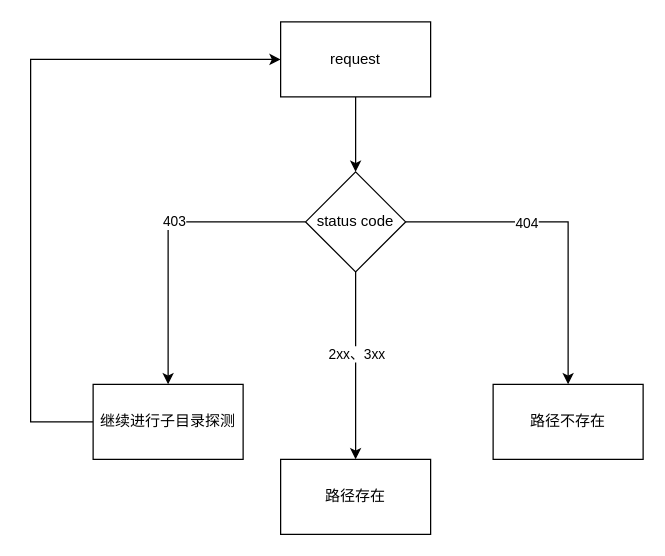
blackw4tch/diagrams_images keeps this draw.io diagram as graphs/未命名绘图.drawio. Above is the earlier version. Source tidied: cells renumbered, new cells numbered last; positions are measured from the earlier drawing's top-left corner, leaving out a move shared by most shapes. Both pictures are drawn from the tidied source at 125%, with x=0, y=0 at pixel (30, 21).
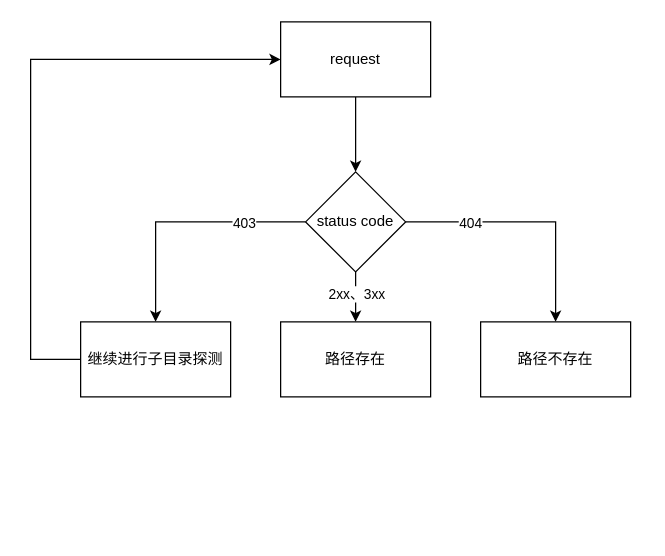
The same diagram, later.

Commit message (it also covers changes not shown here):
更新未命名绘图.drawio

Diff of the diagram source:
```diff
@@
 <mxGraphModel>
   <root>
     <mxCell id="0" />
     <mxCell id="1" parent="0" />
     <mxCell id="2" style="edgeStyle=orthogonalEdgeStyle;rounded=0;jettySize=auto;html=1;" parent="1" edge="1" source="3" target="10">
       <mxGeometry relative="1" as="geometry" />
     </mxCell>
     <mxCell id="3" value="request" style="rounded=0;whiteSpace=wrap;html=1;" parent="1" vertex="1">
       <mxGeometry x="200" width="120" height="60" as="geometry" />
     </mxCell>
     <mxCell id="4" style="edgeStyle=orthogonalEdgeStyle;rounded=0;jettySize=auto;html=1;" parent="1" edge="1" source="10" target="11">
       <mxGeometry relative="1" as="geometry" />
     </mxCell>
     <mxCell id="5" value="2xx、3xx" style="edgeLabel;html=1;align=center;verticalAlign=middle;" parent="4" vertex="1">
       <mxGeometry x="-0.13" relative="1" as="geometry" />
     </mxCell>
     <mxCell id="6" style="edgeStyle=orthogonalEdgeStyle;rounded=0;jettySize=auto;html=1;" parent="1" edge="1" source="10" target="13">
       <mxGeometry relative="1" as="geometry" />
     </mxCell>
     <mxCell id="7" value="403" style="edgeLabel;html=1;align=center;verticalAlign=middle;" parent="6" vertex="1">
-      <mxGeometry x="-0.12" y="-1" relative="1" as="geometry" />
+      <mxGeometry x="-0.12" y="-1" relative="1" as="geometry">
+        <mxPoint x="38" y="1" as="offset" />
+      </mxGeometry>
     </mxCell>
     <mxCell id="8" style="edgeStyle=orthogonalEdgeStyle;rounded=0;jettySize=auto;html=1;" parent="1" edge="1" source="10" target="14">
       <mxGeometry relative="1" as="geometry" />
     </mxCell>
     <mxCell id="9" value="404" style="edgeLabel;html=1;align=center;verticalAlign=middle;" parent="8" vertex="1">
       <mxGeometry x="-0.34" y="-3" relative="1" as="geometry">
-        <mxPoint x="10" y="-3" as="offset" />
+        <mxPoint x="-15" y="-3" as="offset" />
       </mxGeometry>
     </mxCell>
     <mxCell id="10" value="status code" style="rhombus;whiteSpace=wrap;html=1;rounded=0;" parent="1" vertex="1">
       <mxGeometry x="220" y="120" width="80" height="80" as="geometry" />
     </mxCell>
     <mxCell id="11" value="路径存在" style="rounded=0;whiteSpace=wrap;html=1;" parent="1" vertex="1">
-      <mxGeometry x="200" y="350" width="120" height="60" as="geometry" />
+      <mxGeometry x="200" y="240" width="120" height="60" as="geometry" />
     </mxCell>
-    <mxCell id="12" style="edgeStyle=orthogonalEdgeStyle;rounded=0;jettySize=auto;html=1;entryX=0;entryY=0.5;entryDx=0;entryDy=0;" parent="1" edge="1" source="13" target="3">
+    <mxCell id="12" style="edgeStyle=orthogonalEdgeStyle;rounded=0;jettySize=auto;html=1;entryX=0;entryY=0.5;entryDx=0;entryDy=0;exitX=0;exitY=0.5;exitDx=0;exitDy=0;" parent="1" edge="1" source="13" target="3">
       <mxGeometry relative="1" as="geometry">
         <Array as="points">
-          <mxPoint y="320" />
+          <mxPoint y="270" />
           <mxPoint y="30" />
         </Array>
       </mxGeometry>
     </mxCell>
     <mxCell id="13" value="继续进行子目录探测" style="rounded=0;whiteSpace=wrap;html=1;" parent="1" vertex="1">
-      <mxGeometry x="50" y="290" width="120" height="60" as="geometry" />
+      <mxGeometry x="40" y="240" width="120" height="60" as="geometry" />
     </mxCell>
     <mxCell id="14" value="路径不存在" style="whiteSpace=wrap;html=1;rounded=0;" parent="1" vertex="1">
-      <mxGeometry x="370" y="290" width="120" height="60" as="geometry" />
+      <mxGeometry x="360" y="240" width="120" height="60" as="geometry" />
     </mxCell>
   </root>
 </mxGraphModel>
```
